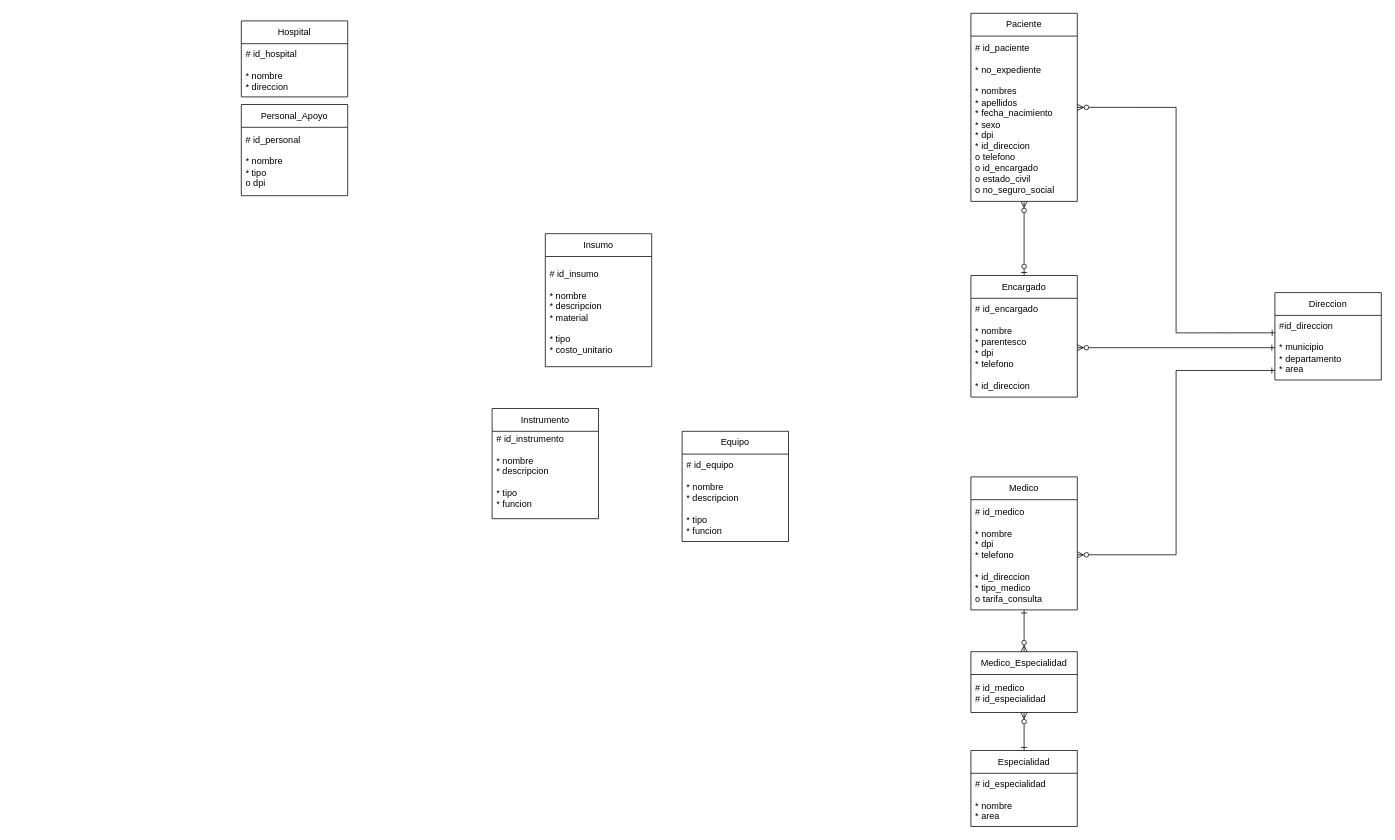
Jbrod5/P1_BD1 keeps this draw.io diagram as modelo/Diagrama er.drawio. Above is the earlier version. Source tidied: cells renumbered, new cells numbered last; positions are measured from the earlier drawing's top-left corner, leaving out a move shared by most shapes. Both pictures are drawn from the tidied source at 76%, with x=0, y=0 at pixel (241, 13).
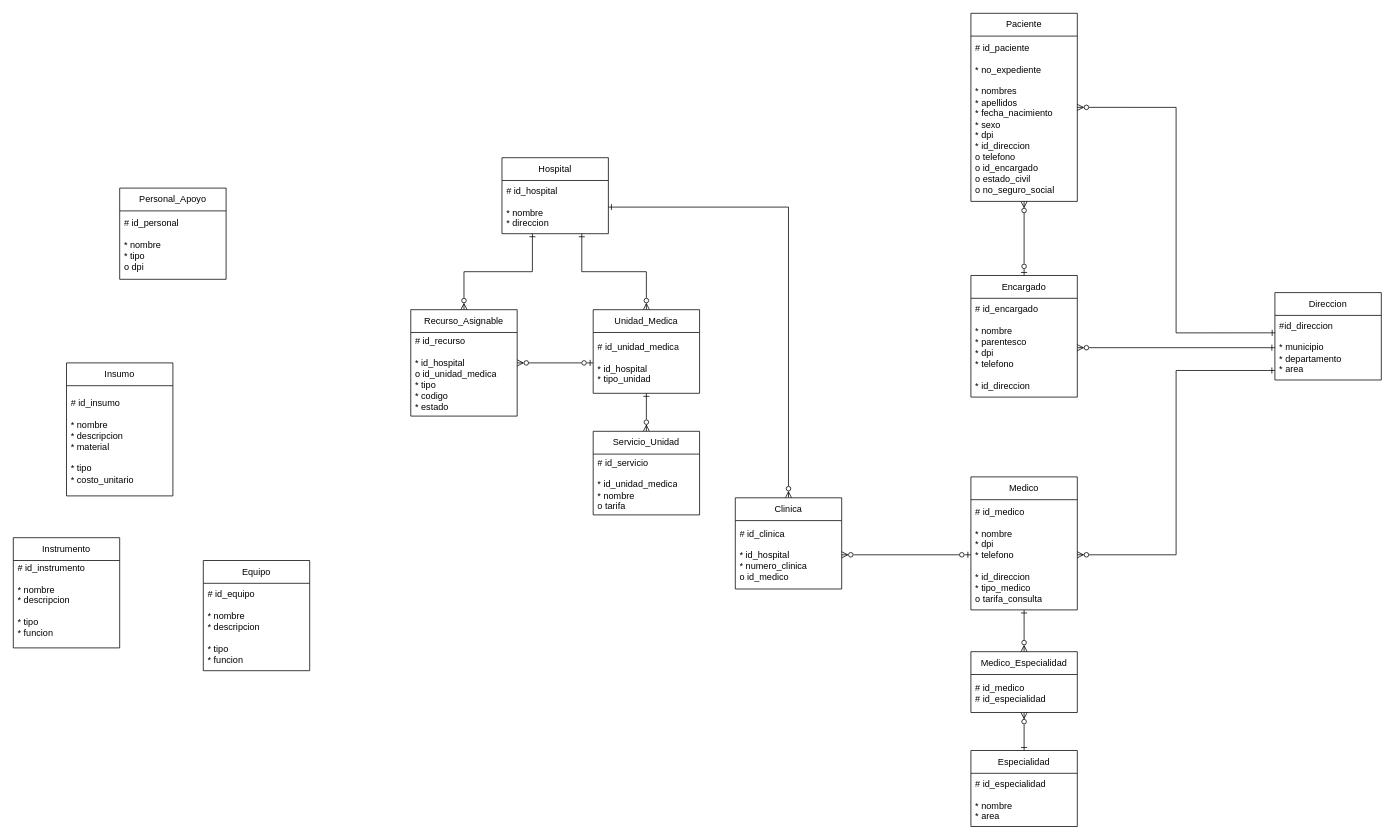
The same page after the edit.

Commit message (it also covers changes not shown here):
doc: unidades medicas

Unchanged cells that the change refers to:
```xml
<mxCell id="3" value="&lt;font face=&quot;Helvetica&quot;&gt;# id_hospital&amp;nbsp;&lt;/font&gt;&lt;div&gt;&lt;font face=&quot;Helvetica&quot;&gt;&lt;br&gt;&lt;/font&gt;&lt;/div&gt;&lt;div&gt;&lt;font face=&quot;Helvetica&quot;&gt;* nombre&lt;/font&gt;&lt;/div&gt;&lt;div&gt;&lt;font face=&quot;Helvetica&quot;&gt;* direccion&lt;/font&gt;&lt;/div&gt;" style="text;strokeColor=none;fillColor=none;align=left;verticalAlign=middle;spacingLeft=4;spacingRight=4;overflow=hidden;points=[[0,0.5],[1,0.5]];portConstraint=eastwest;whiteSpace=wrap;html=1;" parent="2" vertex="1">
  <mxGeometry y="30" width="140" height="70" as="geometry" />
</mxCell>
<mxCell id="21" value="# id_medico&lt;div&gt;&lt;br&gt;&lt;/div&gt;&lt;div&gt;* nombre&lt;/div&gt;&lt;div&gt;* dpi&lt;/div&gt;&lt;div&gt;* telefono&amp;nbsp;&lt;/div&gt;&lt;div&gt;&lt;br&gt;&lt;/div&gt;&lt;div&gt;* id_direccion&amp;nbsp;&lt;/div&gt;&lt;div&gt;* tipo_medico&lt;/div&gt;&lt;div&gt;o tarifa_consulta&lt;/div&gt;" style="text;strokeColor=none;fillColor=none;align=left;verticalAlign=middle;spacingLeft=4;spacingRight=4;overflow=hidden;points=[[0,0.5],[1,0.5]];portConstraint=eastwest;whiteSpace=wrap;html=1;" parent="20" vertex="1">
  <mxGeometry y="30" width="140" height="145" as="geometry" />
</mxCell>
```

Diff of the diagram source:
```diff
@@
+    <mxCell id="30" style="edgeStyle=orthogonalEdgeStyle;rounded=0;jettySize=auto;html=1;entryX=0.5;entryY=0;entryDx=0;entryDy=0;endArrow=ERzeroToMany;endFill=0;startArrow=ERone;startFill=0;exitX=0.75;exitY=1;exitDx=0;exitDy=0;" parent="1" edge="1" source="2" target="34">
+      <mxGeometry relative="1" as="geometry" />
+    </mxCell>
+    <mxCell id="31" style="edgeStyle=orthogonalEdgeStyle;rounded=0;jettySize=auto;html=1;entryX=0.5;entryY=0;entryDx=0;entryDy=0;exitX=1;exitY=0.5;exitDx=0;exitDy=0;startArrow=ERone;startFill=0;endArrow=ERzeroToMany;endFill=0;" parent="1" edge="1" source="3" target="42">
+      <mxGeometry relative="1" as="geometry">
+        <Array as="points">
+          <mxPoint x="720" y="255" />
+        </Array>
+      </mxGeometry>
+    </mxCell>
     <mxCell id="2" value="Hospital" style="swimlane;fontStyle=0;horizontal=1;startSize=30;whiteSpace=wrap;html=1;" parent="1" vertex="1">
-      <mxGeometry y="10" width="140" height="100" as="geometry" />
+      <mxGeometry x="343" y="190" width="140" height="100" as="geometry" />
     </mxCell>
@@
     <mxCell id="8" value="Personal_Apoyo" style="swimlane;fontStyle=0;horizontal=1;startSize=30;whiteSpace=wrap;html=1;" parent="1" vertex="1">
-      <mxGeometry y="120" width="140" height="120" as="geometry" />
+      <mxGeometry x="-160" y="230" width="140" height="120" as="geometry" />
     </mxCell>
@@
     <mxCell id="10" value="Insumo" style="swimlane;fontStyle=0;horizontal=1;startSize=30;whiteSpace=wrap;html=1;" parent="1" vertex="1">
-      <mxGeometry x="400" y="290" width="140" height="175" as="geometry" />
+      <mxGeometry x="-230" y="460" width="140" height="175" as="geometry" />
     </mxCell>
@@
     <mxCell id="12" value="Instrumento" style="swimlane;fontStyle=0;horizontal=1;startSize=30;whiteSpace=wrap;html=1;" parent="1" vertex="1">
-      <mxGeometry x="330" y="520" width="140" height="145" as="geometry" />
+      <mxGeometry x="-300" y="690" width="140" height="145" as="geometry" />
     </mxCell>
@@
     <mxCell id="14" value="Equipo" style="swimlane;fontStyle=0;horizontal=1;startSize=30;whiteSpace=wrap;html=1;" parent="1" vertex="1">
-      <mxGeometry x="580" y="550" width="140" height="145" as="geometry" />
+      <mxGeometry x="-50" y="720" width="140" height="145" as="geometry" />
     </mxCell>
@@
+    <mxCell id="32" style="edgeStyle=orthogonalEdgeStyle;rounded=0;jettySize=auto;html=1;entryX=1;entryY=0.5;entryDx=0;entryDy=0;exitX=0;exitY=0.5;exitDx=0;exitDy=0;startArrow=ERzeroToOne;startFill=0;endArrow=ERzeroToMany;endFill=0;" parent="1" edge="1" source="21" target="43">
+      <mxGeometry relative="1" as="geometry" />
+    </mxCell>
@@
+    <mxCell id="33" style="edgeStyle=orthogonalEdgeStyle;rounded=0;jettySize=auto;html=1;entryX=0.5;entryY=0;entryDx=0;entryDy=0;endArrow=ERzeroToMany;endFill=0;startArrow=ERone;startFill=0;" parent="1" edge="1" source="34" target="36">
+      <mxGeometry relative="1" as="geometry" />
+    </mxCell>
+    <mxCell id="34" value="Unidad_Medica" style="swimlane;fontStyle=0;horizontal=1;startSize=30;whiteSpace=wrap;html=1;" parent="1" vertex="1">
+      <mxGeometry x="463" y="390" width="140" height="110" as="geometry" />
+    </mxCell>
+    <mxCell id="35" value="# id_unidad_medica&lt;div&gt;&lt;br&gt;&lt;/div&gt;&lt;div&gt;* id_hospital&lt;/div&gt;&lt;div&gt;* tipo_unidad&lt;/div&gt;" style="text;strokeColor=none;fillColor=none;align=left;verticalAlign=middle;spacingLeft=4;spacingRight=4;overflow=hidden;points=[[0,0.5],[1,0.5]];portConstraint=eastwest;whiteSpace=wrap;html=1;" parent="34" vertex="1">
+      <mxGeometry y="30" width="140" height="80" as="geometry" />
+    </mxCell>
+    <mxCell id="36" value="Servicio_Unidad" style="swimlane;fontStyle=0;horizontal=1;startSize=30;whiteSpace=wrap;html=1;" parent="1" vertex="1">
+      <mxGeometry x="463" y="550" width="140" height="110" as="geometry" />
+    </mxCell>
+    <mxCell id="37" value="# id_servicio&lt;div&gt;&lt;br&gt;&lt;/div&gt;&lt;div&gt;* id_unidad_medica&lt;/div&gt;&lt;div&gt;* nombre&lt;/div&gt;&lt;div&gt;o tarifa&lt;/div&gt;" style="text;strokeColor=none;fillColor=none;align=left;verticalAlign=middle;spacingLeft=4;spacingRight=4;overflow=hidden;whiteSpace=wrap;html=1;" parent="36" vertex="1">
+      <mxGeometry y="30" width="140" height="80" as="geometry" />
+    </mxCell>
+    <mxCell id="38" style="edgeStyle=orthogonalEdgeStyle;rounded=0;jettySize=auto;html=1;exitX=1;exitY=0.5;exitDx=0;exitDy=0;entryX=0;entryY=0.5;entryDx=0;entryDy=0;endArrow=ERzeroToOne;endFill=0;startArrow=ERzeroToMany;startFill=0;" parent="1" edge="1" source="39" target="35">
+      <mxGeometry relative="1" as="geometry" />
+    </mxCell>
+    <mxCell id="39" value="Recurso_Asignable" style="swimlane;fontStyle=0;horizontal=1;startSize=30;whiteSpace=wrap;html=1;" parent="1" vertex="1">
+      <mxGeometry x="223" y="390" width="140" height="140" as="geometry" />
+    </mxCell>
+    <mxCell id="40" value="# id_recurso&lt;div&gt;&lt;br&gt;&lt;/div&gt;&lt;div&gt;* id_hospital&lt;/div&gt;&lt;div&gt;o id_unidad_medica&lt;/div&gt;&lt;div&gt;* tipo&lt;/div&gt;&lt;div&gt;* codigo&lt;/div&gt;&lt;div&gt;* estado&lt;/div&gt;" style="text;strokeColor=none;fillColor=none;align=left;verticalAlign=middle;spacingLeft=4;spacingRight=4;overflow=hidden;whiteSpace=wrap;html=1;" parent="39" vertex="1">
+      <mxGeometry y="30" width="140" height="110" as="geometry" />
+    </mxCell>
+    <mxCell id="41" style="edgeStyle=orthogonalEdgeStyle;rounded=0;jettySize=auto;html=1;exitX=0.286;exitY=1;exitDx=0;exitDy=0;entryX=0.5;entryY=0;entryDx=0;entryDy=0;exitPerimeter=0;startArrow=ERone;startFill=0;endArrow=ERzeroToMany;endFill=0;" parent="1" edge="1" source="3" target="39">
+      <mxGeometry relative="1" as="geometry">
+        <Array as="points">
+          <mxPoint x="383" y="340" />
+          <mxPoint x="293" y="340" />
+        </Array>
+      </mxGeometry>
+    </mxCell>
+    <mxCell id="42" value="Clinica" style="swimlane;fontStyle=0;horizontal=1;startSize=30;whiteSpace=wrap;html=1;" parent="1" vertex="1">
+      <mxGeometry x="650" y="637.5" width="140" height="120" as="geometry" />
+    </mxCell>
+    <mxCell id="43" value="&lt;font face=&quot;Helvetica&quot;&gt;# id_clinica&amp;nbsp;&lt;/font&gt;&lt;div&gt;&lt;font face=&quot;Helvetica&quot;&gt;&lt;br&gt;&lt;/font&gt;&lt;/div&gt;&lt;div&gt;* id_hospital&lt;/div&gt;&lt;div&gt;* numero_clinica&lt;/div&gt;&lt;div&gt;o id_medico&lt;/div&gt;" style="text;strokeColor=none;fillColor=none;align=left;verticalAlign=middle;spacingLeft=4;spacingRight=4;overflow=hidden;points=[[0,0.5],[1,0.5]];portConstraint=eastwest;whiteSpace=wrap;html=1;" parent="42" vertex="1">
+      <mxGeometry y="30" width="140" height="90" as="geometry" />
+    </mxCell>
```
